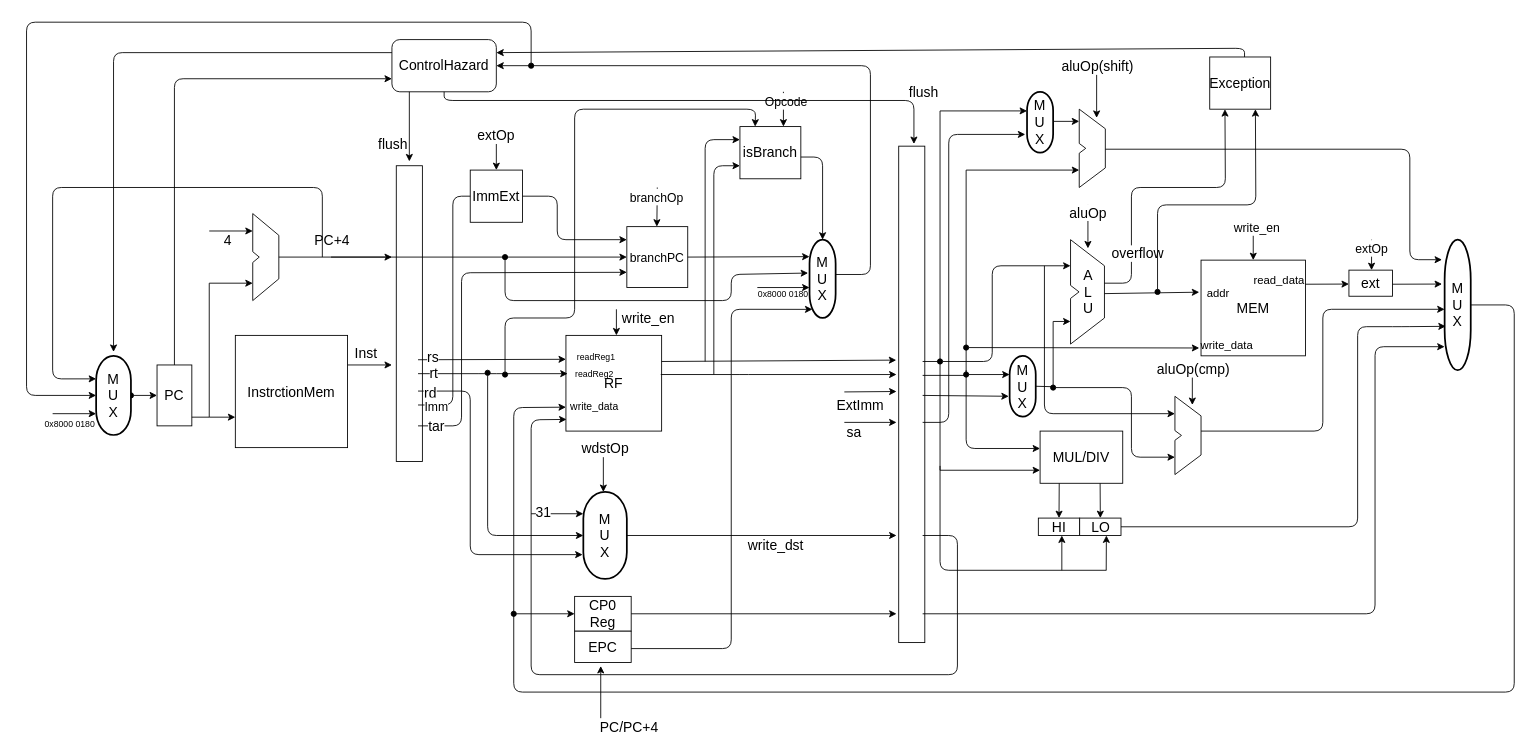
The draw.io diagram Phase2/3-stages-pipeline.drawio in Anlarry/coaa, before the edit. Source tidied: cells renumbered, new cells numbered last; positions are measured from the earlier drawing's top-left corner, leaving out a move shared by most shapes. Both pictures are drawn from the tidied source at 87%, with x=0, y=0 at pixel (26, 22).
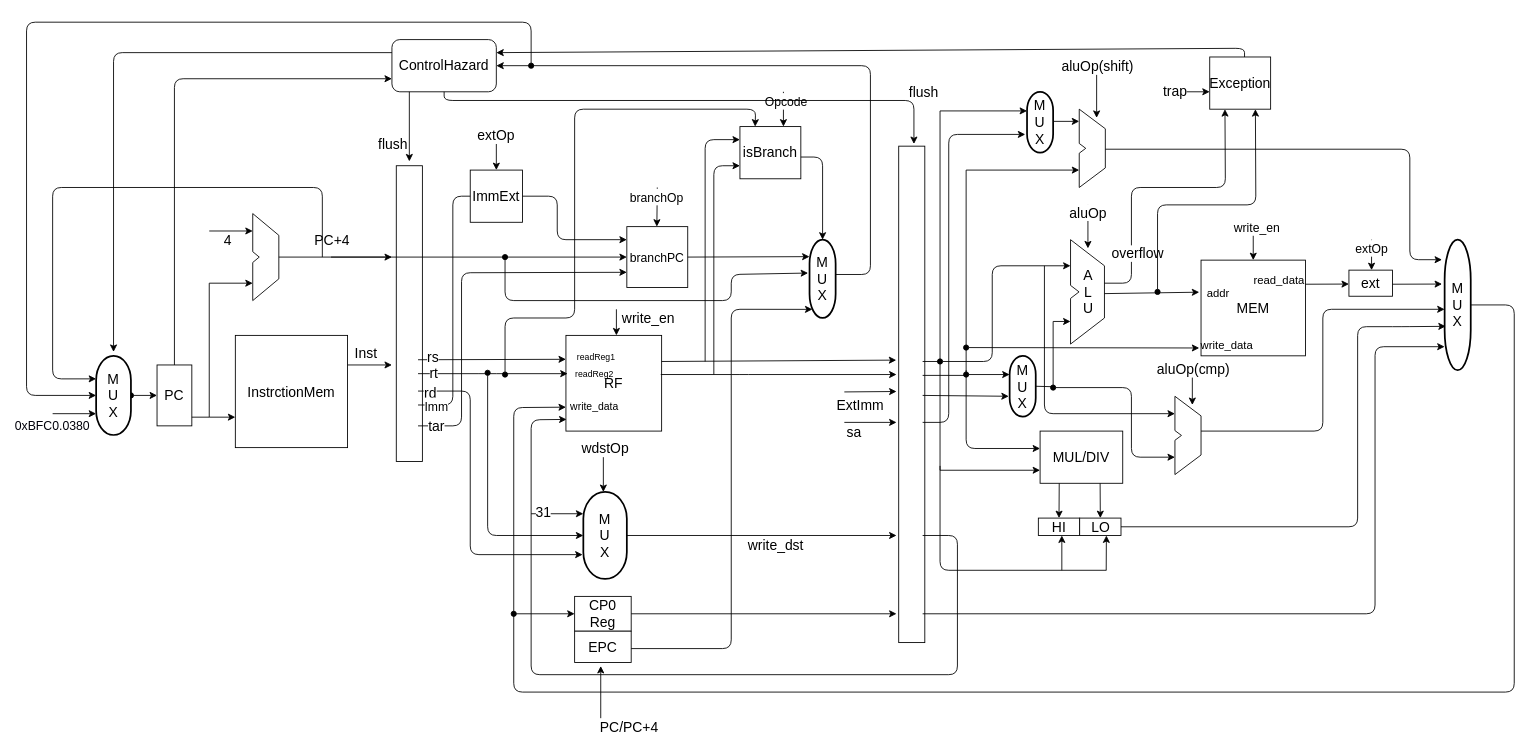
The same page after the edit.

Diff of the diagram source:
```diff
@@
-    <mxCell id="62" style="endArrow=classic;html=1;shadow=0;fontSize=16;" parent="1" edge="1">
-      <mxGeometry relative="1" as="geometry">
-        <mxPoint x="840" y="305" as="sourcePoint" />
-        <mxPoint x="900" y="305" as="targetPoint" />
-      </mxGeometry>
-    </mxCell>
-    <mxCell id="63" value="&lt;font style=&quot;font-size: 10px&quot;&gt;0x8000 0180&lt;/font&gt;" style="text;html=1;strokeColor=none;fillColor=none;align=center;verticalAlign=middle;whiteSpace=wrap;rounded=0;fontSize=16;" parent="1" vertex="1">
-      <mxGeometry x="830" y="300" width="80" height="20" as="geometry" />
-    </mxCell>
@@
-    <mxCell id="67" value="&lt;font style=&quot;font-size: 10px&quot;&gt;0x8000 0180&lt;/font&gt;" style="text;html=1;strokeColor=none;fillColor=none;align=center;verticalAlign=middle;whiteSpace=wrap;rounded=0;fontSize=16;" parent="1" vertex="1">
-      <mxGeometry x="10" y="450" width="80" height="20" as="geometry" />
+    <mxCell id="67" value="&lt;br&gt;&lt;div&gt;&lt;span style=&quot;font-size: 10.56pt ; font-family: &amp;#34;calibri&amp;#34; ; color: rgb(0 , 0 , 10)&quot;&gt;0xBFC0.0380&lt;br/&gt;&lt;/span&gt;&lt;/div&gt;" style="text;html=1;strokeColor=none;fillColor=none;align=center;verticalAlign=middle;whiteSpace=wrap;rounded=0;fontSize=16;" parent="1" vertex="1">
+      <mxGeometry x="-10" y="442.8" width="80" height="20" as="geometry" />
     </mxCell>
@@
+    <mxCell id="177" style="endArrow=classic;html=1;shadow=0;fontSize=16;" parent="1" edge="1">
+      <mxGeometry relative="1" as="geometry">
+        <mxPoint x="1310" y="80" as="sourcePoint" />
+        <mxPoint x="1360" y="80" as="targetPoint" />
+      </mxGeometry>
+    </mxCell>
+    <mxCell id="178" value="trap" style="edgeLabel;html=1;align=center;verticalAlign=middle;fontSize=16;" parent="177" vertex="1">
+      <mxGeometry x="-0.64" y="2" relative="1" as="geometry" />
+    </mxCell>
```
